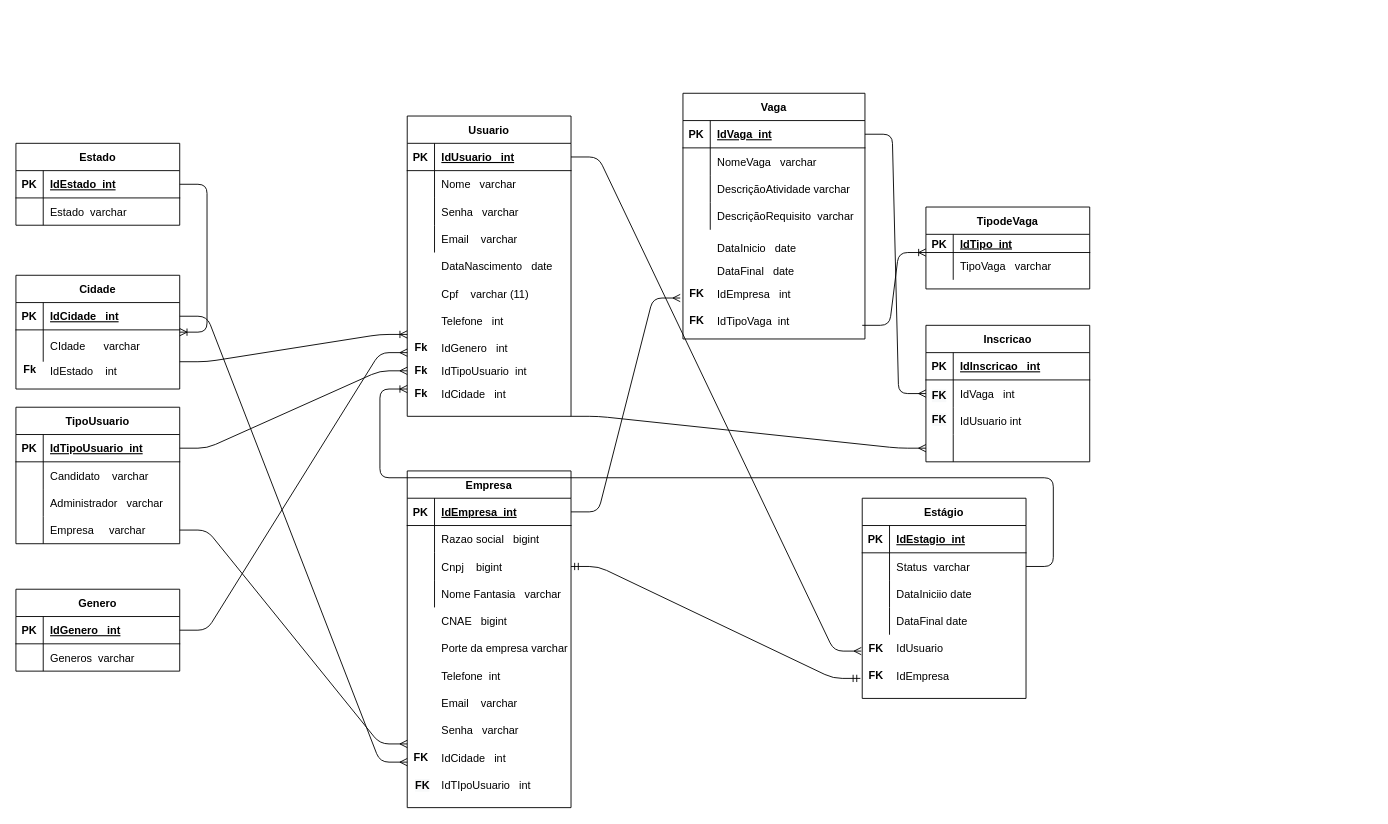
The draw.io diagram bd/MER/ModelagemBD/ModelagemLogica.drawio in flavio-pires/Projeto_ProVagas, before the edit. Source tidied: cells renumbered, new cells numbered last; positions are measured from the earlier drawing's top-left corner, leaving out a move shared by most shapes. Both pictures are drawn from the tidied source at 91%, with x=0, y=0 at pixel (15, 93).
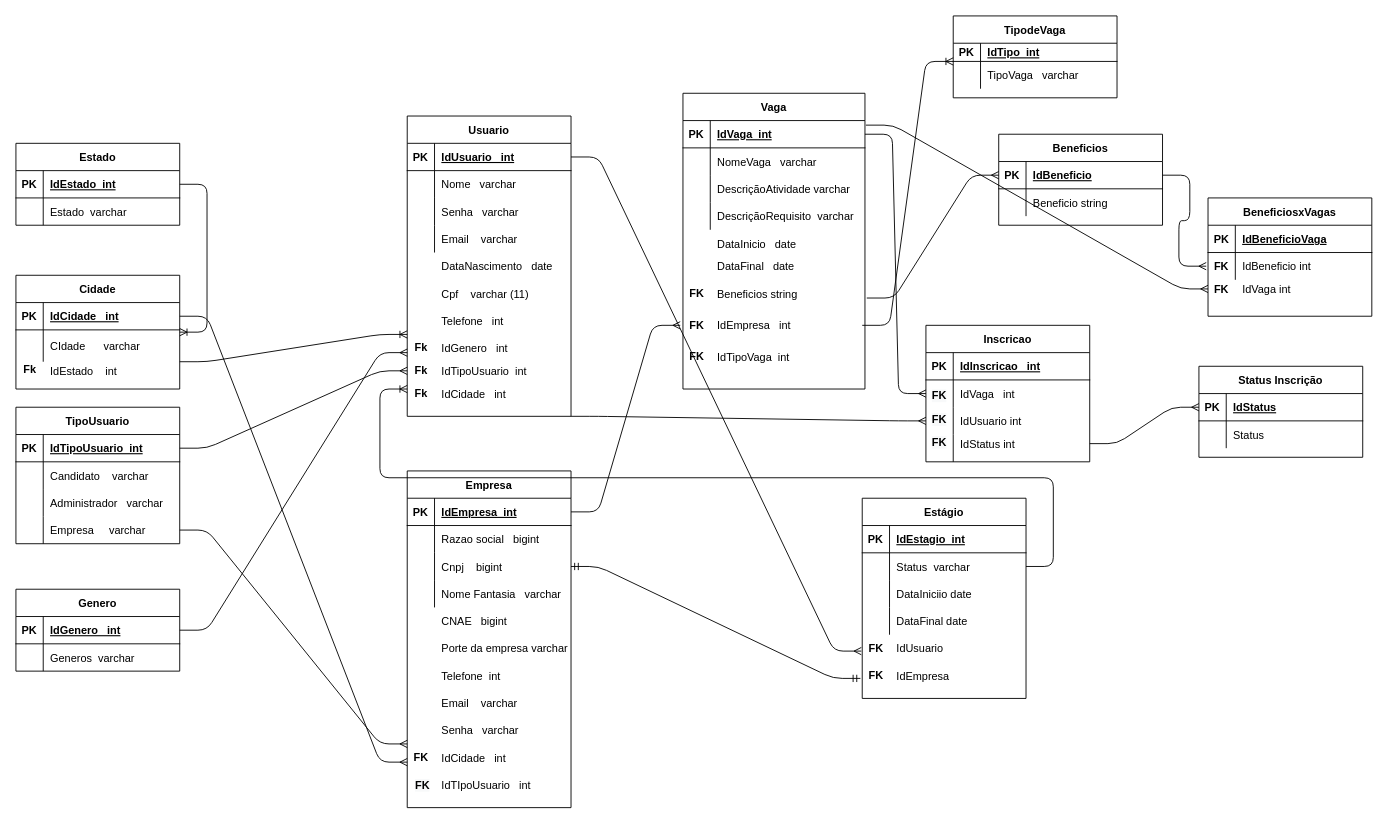
The same diagram, later.

The change refers to these unchanged cells:
```xml
<mxCell id="39" value="Usuario" style="shape=table;startSize=30;childLayout=tableLayout;rowLines=0;fontStyle=1;align=center;" parent="1" vertex="1">
  <mxGeometry x="430" y="25" width="180" height="330" as="geometry" />
</mxCell>
<mxCell id="53" style="shape=partialRectangle;fillColor=none;top=0;left=0;bottom=1;right=0;points=[[0,0.5],[1,0.5]];portConstraint=eastwest;" parent="52" vertex="1">
  <mxGeometry y="30" width="180" height="30" as="geometry" />
</mxCell>
<mxCell id="72" style="shape=partialRectangle;fillColor=none;top=0;left=0;bottom=0;right=0;points=[[0,0.5],[1,0.5]];portConstraint=eastwest;" parent="65" vertex="1">
  <mxGeometry y="90" width="180" height="30" as="geometry" />
</mxCell>
<mxCell id="75" style="shape=partialRectangle;fillColor=none;top=0;left=0;bottom=0;right=0;points=[[0,0.5],[1,0.5]];portConstraint=eastwest;" parent="65" vertex="1">
  <mxGeometry y="120" width="180" height="30" as="geometry" />
</mxCell>
<mxCell id="145" style="shape=partialRectangle;fillColor=none;top=0;left=0;bottom=1;right=0;points=[[0,0.5],[1,0.5]];portConstraint=eastwest;" parent="144" vertex="1">
  <mxGeometry y="30" width="200" height="30" as="geometry" />
</mxCell>
```

The edit, as a diff of the source:
```diff
@@
     <mxCell id="35" value="DataInicio   date" style="shape=partialRectangle;fillColor=none;top=0;left=0;bottom=0;right=0;align=left;spacingLeft=6;overflow=hidden;" parent="1" vertex="1">
-      <mxGeometry x="763" y="155" width="150" height="30" as="geometry" />
+      <mxGeometry x="763" y="150" width="150" height="30" as="geometry" />
     </mxCell>
     <mxCell id="36" value="DataFinal   date" style="shape=partialRectangle;fillColor=none;top=0;left=0;bottom=0;right=0;align=left;spacingLeft=6;overflow=hidden;" parent="1" vertex="1">
-      <mxGeometry x="763" y="180" width="150" height="30" as="geometry" />
+      <mxGeometry x="763" y="175" width="150" height="30" as="geometry" />
     </mxCell>
     <mxCell id="37" value="&lt;b&gt;FK&lt;/b&gt;" style="text;html=1;align=center;verticalAlign=middle;" parent="1" vertex="1">
-      <mxGeometry x="733" y="210" width="30" height="20" as="geometry" />
+      <mxGeometry x="733" y="245" width="30" height="20" as="geometry" />
     </mxCell>
     <mxCell id="38" value="IdEmpresa   int" style="shape=partialRectangle;fillColor=none;top=0;left=0;bottom=0;right=0;align=left;spacingLeft=6;overflow=hidden;" parent="1" vertex="1">
-      <mxGeometry x="763" y="205" width="150" height="30" as="geometry" />
+      <mxGeometry x="763" y="240" width="150" height="30" as="geometry" />
     </mxCell>
@@
     <mxCell id="81" style="edgeStyle=entityRelationEdgeStyle;fontSize=12;html=1;endArrow=ERmany;exitX=1;exitY=0.5;exitDx=0;exitDy=0;" parent="1" edge="1" source="53">
       <mxGeometry relative="1" as="geometry">
-        <mxPoint x="730" y="225" as="targetPoint" />
+        <mxPoint x="730" y="255" as="targetPoint" />
       </mxGeometry>
     </mxCell>
     <mxCell id="82" value="&lt;b&gt;FK&lt;/b&gt;" style="text;html=1;align=center;verticalAlign=middle;" parent="1" vertex="1">
-      <mxGeometry x="733" y="240" width="30" height="20" as="geometry" />
+      <mxGeometry x="733" y="280" width="30" height="20" as="geometry" />
     </mxCell>
     <mxCell id="83" value="IdTipoVaga  int" style="shape=partialRectangle;fillColor=none;top=0;left=0;bottom=0;right=0;align=left;spacingLeft=6;overflow=hidden;" parent="1" vertex="1">
-      <mxGeometry x="763" y="235" width="150" height="30" as="geometry" />
+      <mxGeometry x="763" y="275" width="150" height="30" as="geometry" />
     </mxCell>
@@
-    <mxCell id="126" value="TipodeVaga" style="shape=table;startSize=30;childLayout=tableLayout;rowLines=0;fontStyle=1;align=center;" parent="1" vertex="1">
-      <mxGeometry x="1000" y="125" width="180" height="90" as="geometry" />
-    </mxCell>
-    <mxCell id="127" style="shape=partialRectangle;fillColor=none;top=0;left=0;bottom=1;right=0;" parent="126" vertex="1">
-      <mxGeometry y="30" width="180" height="20" as="geometry" />
-    </mxCell>
-    <mxCell id="128" value="PK" style="shape=partialRectangle;fillColor=none;top=0;left=0;bottom=0;right=0;fontStyle=1;overflow=hidden;" parent="127" vertex="1">
-      <mxGeometry width="30" height="20" as="geometry" />
-    </mxCell>
-    <mxCell id="129" value="IdTipo  int" style="shape=partialRectangle;fillColor=none;top=0;left=0;bottom=0;right=0;align=left;spacingLeft=6;fontStyle=5;overflow=hidden;" parent="127" vertex="1">
-      <mxGeometry x="30" width="150" height="20" as="geometry" />
-    </mxCell>
-    <mxCell id="130" style="shape=partialRectangle;fillColor=none;top=0;left=0;bottom=0;right=0;points=[[0,0.5],[1,0.5]];portConstraint=eastwest;" parent="126" vertex="1">
-      <mxGeometry y="50" width="180" height="30" as="geometry" />
-    </mxCell>
-    <mxCell id="131" style="shape=partialRectangle;fillColor=none;top=0;left=0;bottom=0;right=0;overflow=hidden;" parent="130" vertex="1">
-      <mxGeometry width="30" height="30" as="geometry" />
-    </mxCell>
-    <mxCell id="132" value="TipoVaga   varchar" style="shape=partialRectangle;fillColor=none;top=0;left=0;bottom=0;right=0;align=left;spacingLeft=6;overflow=hidden;" parent="130" vertex="1">
-      <mxGeometry x="30" width="150" height="30" as="geometry" />
-    </mxCell>
@@
-    <mxCell id="134" style="edgeStyle=entityRelationEdgeStyle;fontSize=12;html=1;endArrow=ERmany;exitX=1;exitY=1;exitDx=0;exitDy=0;entryX=0;entryY=0.5;entryDx=0;entryDy=0;" parent="1" edge="1" source="39" target="75">
+    <mxCell id="134" style="edgeStyle=entityRelationEdgeStyle;fontSize=12;html=1;endArrow=ERmany;exitX=1;exitY=1;exitDx=0;exitDy=0;entryX=0;entryY=0.5;entryDx=0;entryDy=0;" parent="1" edge="1" source="39" target="72">
       <mxGeometry relative="1" as="geometry" />
     </mxCell>
@@
     <mxCell id="144" value="Vaga" style="shape=table;startSize=30;childLayout=tableLayout;rowLines=0;fontStyle=1;align=center;" parent="1" vertex="1">
-      <mxGeometry x="733" width="200" height="270" as="geometry" />
+      <mxGeometry x="733" width="200" height="325" as="geometry" />
     </mxCell>
@@
+    <mxCell id="157" value="Beneficios string" style="shape=partialRectangle;fillColor=none;top=0;left=0;bottom=0;right=0;align=left;spacingLeft=6;overflow=hidden;" parent="1" vertex="1">
+      <mxGeometry x="763" y="205" width="150" height="30" as="geometry" />
+    </mxCell>
+    <mxCell id="158" value="&lt;b&gt;FK&lt;/b&gt;" style="text;html=1;align=center;verticalAlign=middle;" parent="1" vertex="1">
+      <mxGeometry x="733" y="210" width="30" height="20" as="geometry" />
+    </mxCell>
+    <mxCell id="126" value="TipodeVaga" style="shape=table;startSize=30;childLayout=tableLayout;rowLines=0;fontStyle=1;align=center;" parent="1" vertex="1">
+      <mxGeometry x="1030" y="-85" width="180" height="90" as="geometry" />
+    </mxCell>
+    <mxCell id="127" style="shape=partialRectangle;fillColor=none;top=0;left=0;bottom=1;right=0;" parent="126" vertex="1">
+      <mxGeometry y="30" width="180" height="20" as="geometry" />
+    </mxCell>
+    <mxCell id="128" value="PK" style="shape=partialRectangle;fillColor=none;top=0;left=0;bottom=0;right=0;fontStyle=1;overflow=hidden;" parent="127" vertex="1">
+      <mxGeometry width="30" height="20" as="geometry" />
+    </mxCell>
+    <mxCell id="129" value="IdTipo  int" style="shape=partialRectangle;fillColor=none;top=0;left=0;bottom=0;right=0;align=left;spacingLeft=6;fontStyle=5;overflow=hidden;" parent="127" vertex="1">
+      <mxGeometry x="30" width="150" height="20" as="geometry" />
+    </mxCell>
+    <mxCell id="130" style="shape=partialRectangle;fillColor=none;top=0;left=0;bottom=0;right=0;points=[[0,0.5],[1,0.5]];portConstraint=eastwest;" parent="126" vertex="1">
+      <mxGeometry y="50" width="180" height="30" as="geometry" />
+    </mxCell>
+    <mxCell id="131" style="shape=partialRectangle;fillColor=none;top=0;left=0;bottom=0;right=0;overflow=hidden;" parent="130" vertex="1">
+      <mxGeometry width="30" height="30" as="geometry" />
+    </mxCell>
+    <mxCell id="132" value="TipoVaga   varchar" style="shape=partialRectangle;fillColor=none;top=0;left=0;bottom=0;right=0;align=left;spacingLeft=6;overflow=hidden;" parent="130" vertex="1">
+      <mxGeometry x="30" width="150" height="30" as="geometry" />
+    </mxCell>
+    <mxCell id="159" style="edgeStyle=entityRelationEdgeStyle;fontSize=12;html=1;endArrow=ERmany;entryX=0;entryY=0.5;entryDx=0;entryDy=0;" parent="1" edge="1" target="172">
+      <mxGeometry relative="1" as="geometry">
+        <mxPoint x="935" y="225" as="sourcePoint" />
+      </mxGeometry>
+    </mxCell>
+    <mxCell id="160" value="BeneficiosxVagas" style="shape=table;startSize=30;childLayout=tableLayout;rowLines=0;fontStyle=1;align=center;" parent="1" vertex="1">
+      <mxGeometry x="1310" y="115" width="180" height="130" as="geometry" />
+    </mxCell>
+    <mxCell id="161" style="shape=partialRectangle;fillColor=none;top=0;left=0;bottom=1;right=0;" parent="160" vertex="1">
+      <mxGeometry y="30" width="180" height="30" as="geometry" />
+    </mxCell>
+    <mxCell id="162" value="PK" style="shape=partialRectangle;fillColor=none;top=0;left=0;bottom=0;right=0;fontStyle=1;overflow=hidden;" parent="161" vertex="1">
+      <mxGeometry width="30" height="30" as="geometry" />
+    </mxCell>
+    <mxCell id="163" value="IdBeneficioVaga" style="shape=partialRectangle;fillColor=none;top=0;left=0;bottom=0;right=0;align=left;spacingLeft=6;fontStyle=5;overflow=hidden;" parent="161" vertex="1">
+      <mxGeometry x="30" width="150" height="30" as="geometry" />
+    </mxCell>
+    <mxCell id="164" style="shape=partialRectangle;fillColor=none;top=0;left=0;bottom=0;right=0;" parent="160" vertex="1">
+      <mxGeometry y="60" width="180" height="30" as="geometry" />
+    </mxCell>
+    <mxCell id="165" value="FK" style="shape=partialRectangle;fillColor=none;top=0;left=0;bottom=0;right=0;overflow=hidden;fontStyle=1;" parent="164" vertex="1">
+      <mxGeometry width="30" height="30" as="geometry" />
+    </mxCell>
+    <mxCell id="166" value="IdBeneficio int" style="shape=partialRectangle;fillColor=none;top=0;left=0;bottom=0;right=0;align=left;spacingLeft=6;overflow=hidden;" parent="164" vertex="1">
+      <mxGeometry x="30" width="150" height="30" as="geometry" />
+    </mxCell>
+    <mxCell id="167" value="FK" style="shape=partialRectangle;fillColor=none;top=0;left=0;bottom=0;right=0;overflow=hidden;fontStyle=1;" parent="1" vertex="1">
+      <mxGeometry x="1310" y="200" width="30" height="30" as="geometry" />
+    </mxCell>
+    <mxCell id="168" value="IdVaga int" style="shape=partialRectangle;fillColor=none;top=0;left=0;bottom=0;right=0;align=left;spacingLeft=6;overflow=hidden;" parent="1" vertex="1">
+      <mxGeometry x="1340" y="200" width="150" height="30" as="geometry" />
+    </mxCell>
+    <mxCell id="169" style="edgeStyle=entityRelationEdgeStyle;fontSize=12;html=1;endArrow=ERmany;exitX=1;exitY=0.5;exitDx=0;exitDy=0;" parent="1" edge="1" source="172">
+      <mxGeometry relative="1" as="geometry">
+        <mxPoint x="1308" y="190" as="targetPoint" />
+      </mxGeometry>
+    </mxCell>
+    <mxCell id="170" style="edgeStyle=entityRelationEdgeStyle;fontSize=12;html=1;endArrow=ERmany;exitX=1.005;exitY=0.167;exitDx=0;exitDy=0;exitPerimeter=0;" parent="1" edge="1" source="145">
+      <mxGeometry relative="1" as="geometry">
+        <mxPoint x="1310" y="215" as="targetPoint" />
+      </mxGeometry>
+    </mxCell>
+    <mxCell id="171" value="Beneficios" style="shape=table;startSize=30;childLayout=tableLayout;rowLines=0;fontStyle=1;align=center;" parent="1" vertex="1">
+      <mxGeometry x="1080" y="45" width="180" height="100" as="geometry" />
+    </mxCell>
+    <mxCell id="172" style="shape=partialRectangle;fillColor=none;top=0;left=0;bottom=1;right=0;points=[[0,0.5],[1,0.5]];portConstraint=eastwest;" parent="171" vertex="1">
+      <mxGeometry y="30" width="180" height="30" as="geometry" />
+    </mxCell>
+    <mxCell id="173" value="PK" style="shape=partialRectangle;fillColor=none;top=0;left=0;bottom=0;right=0;fontStyle=1;overflow=hidden;" parent="172" vertex="1">
+      <mxGeometry width="30" height="30" as="geometry" />
+    </mxCell>
+    <mxCell id="174" value="IdBeneficio" style="shape=partialRectangle;fillColor=none;top=0;left=0;bottom=0;right=0;align=left;spacingLeft=6;fontStyle=5;overflow=hidden;" parent="172" vertex="1">
+      <mxGeometry x="30" width="150" height="30" as="geometry" />
+    </mxCell>
+    <mxCell id="175" style="shape=partialRectangle;fillColor=none;top=0;left=0;bottom=0;right=0;" parent="171" vertex="1">
+      <mxGeometry y="60" width="180" height="30" as="geometry" />
+    </mxCell>
+    <mxCell id="176" style="shape=partialRectangle;fillColor=none;top=0;left=0;bottom=0;right=0;overflow=hidden;" parent="175" vertex="1">
+      <mxGeometry width="30" height="30" as="geometry" />
+    </mxCell>
+    <mxCell id="177" value="Beneficio string" style="shape=partialRectangle;fillColor=none;top=0;left=0;bottom=0;right=0;align=left;spacingLeft=6;overflow=hidden;" parent="175" vertex="1">
+      <mxGeometry x="30" width="150" height="30" as="geometry" />
+    </mxCell>
+    <mxCell id="178" value="Status Inscrição" style="shape=table;startSize=30;childLayout=tableLayout;rowLines=0;fontStyle=1;align=center;" parent="1" vertex="1">
+      <mxGeometry x="1300" y="300" width="180" height="100" as="geometry" />
+    </mxCell>
+    <mxCell id="179" style="shape=partialRectangle;fillColor=none;top=0;left=0;bottom=1;right=0;points=[[0,0.5],[1,0.5]];portConstraint=eastwest;" parent="178" vertex="1">
+      <mxGeometry y="30" width="180" height="30" as="geometry" />
+    </mxCell>
+    <mxCell id="180" value="PK" style="shape=partialRectangle;fillColor=none;top=0;left=0;bottom=0;right=0;fontStyle=1;overflow=hidden;" parent="179" vertex="1">
+      <mxGeometry width="30" height="30" as="geometry" />
+    </mxCell>
+    <mxCell id="181" value="IdStatus" style="shape=partialRectangle;fillColor=none;top=0;left=0;bottom=0;right=0;align=left;spacingLeft=6;fontStyle=5;overflow=hidden;" parent="179" vertex="1">
+      <mxGeometry x="30" width="150" height="30" as="geometry" />
+    </mxCell>
+    <mxCell id="182" style="shape=partialRectangle;fillColor=none;top=0;left=0;bottom=0;right=0;" parent="178" vertex="1">
+      <mxGeometry y="60" width="180" height="30" as="geometry" />
+    </mxCell>
+    <mxCell id="183" style="shape=partialRectangle;fillColor=none;top=0;left=0;bottom=0;right=0;overflow=hidden;" parent="182" vertex="1">
+      <mxGeometry width="30" height="30" as="geometry" />
+    </mxCell>
+    <mxCell id="184" value="Status" style="shape=partialRectangle;fillColor=none;top=0;left=0;bottom=0;right=0;align=left;spacingLeft=6;overflow=hidden;" parent="182" vertex="1">
+      <mxGeometry x="30" width="150" height="30" as="geometry" />
+    </mxCell>
+    <mxCell id="185" value="IdStatus int" style="shape=partialRectangle;fillColor=none;top=0;left=0;bottom=0;right=0;align=left;spacingLeft=6;overflow=hidden;" parent="1" vertex="1">
+      <mxGeometry x="1030" y="370" width="150" height="30" as="geometry" />
+    </mxCell>
+    <mxCell id="186" value="&lt;b style=&quot;color: rgb(0, 0, 0); font-family: helvetica; font-size: 12px; font-style: normal; letter-spacing: normal; text-align: center; text-indent: 0px; text-transform: none; word-spacing: 0px; background-color: rgb(248, 249, 250);&quot;&gt;FK&lt;/b&gt;" style="text;whiteSpace=wrap;html=1;" parent="1" vertex="1">
+      <mxGeometry x="1005" y="370" width="30" height="30" as="geometry" />
+    </mxCell>
+    <mxCell id="187" style="edgeStyle=entityRelationEdgeStyle;fontSize=12;html=1;endArrow=ERmany;entryX=0;entryY=0.5;entryDx=0;entryDy=0;" parent="1" edge="1" target="179">
+      <mxGeometry relative="1" as="geometry">
+        <mxPoint x="1180" y="385" as="sourcePoint" />
+      </mxGeometry>
+    </mxCell>
```
